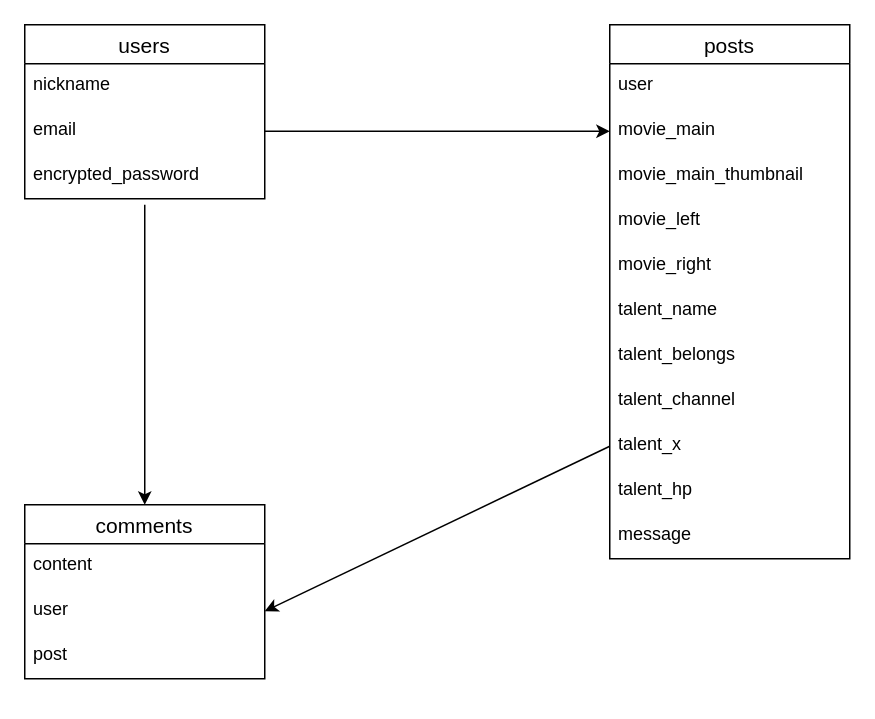
Above: page "ページ1" (1 of 2) of vlinker.dio in ryotaro960/vlinker (draw.io), before the change. Source tidied: cells renumbered, new cells numbered last; positions are measured from the earlier drawing's top-left corner, leaving out a move shared by most shapes. Both pictures are drawn from the tidied source at 150%, with x=0, y=0 at pixel (24, 24).
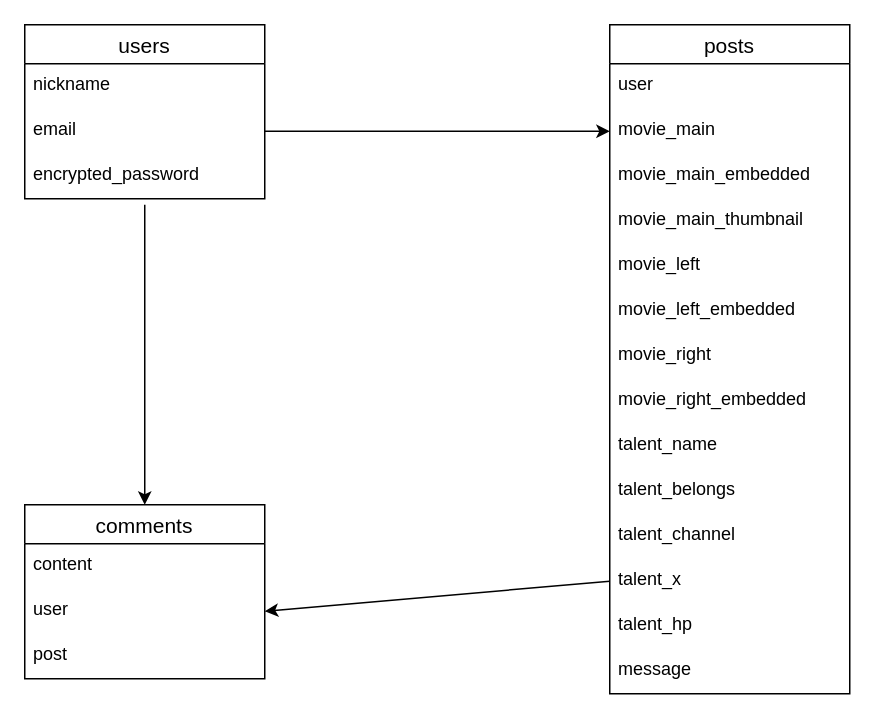
After the change.

Diff of the diagram source:
```diff
@@
     <mxCell id="6" value="posts" style="swimlane;fontStyle=0;horizontal=1;startSize=26;align=center;fontSize=14;" parent="1" vertex="1">
-      <mxGeometry x="390" width="160" height="356" as="geometry" />
+      <mxGeometry x="390" width="160" height="446" as="geometry" />
     </mxCell>
@@
+    <mxCell id="25" value="movie_main_embedded" style="text;strokeColor=none;fillColor=none;spacingLeft=4;spacingRight=4;overflow=hidden;fontSize=12;" parent="6" vertex="1">
+      <mxGeometry y="86" width="160" height="30" as="geometry" />
+    </mxCell>
     <mxCell id="9" value="movie_main_thumbnail" style="text;strokeColor=none;fillColor=none;spacingLeft=4;spacingRight=4;overflow=hidden;fontSize=12;" parent="6" vertex="1">
-      <mxGeometry y="86" width="160" height="30" as="geometry" />
+      <mxGeometry y="116" width="160" height="30" as="geometry" />
     </mxCell>
     <mxCell id="10" value="movie_left" style="text;strokeColor=none;fillColor=none;spacingLeft=4;spacingRight=4;overflow=hidden;fontSize=12;" parent="6" vertex="1">
-      <mxGeometry y="116" width="160" height="30" as="geometry" />
+      <mxGeometry y="146" width="160" height="30" as="geometry" />
     </mxCell>
+    <mxCell id="26" value="movie_left_embedded" style="text;strokeColor=none;fillColor=none;spacingLeft=4;spacingRight=4;overflow=hidden;fontSize=12;" parent="6" vertex="1">
+      <mxGeometry y="176" width="160" height="30" as="geometry" />
+    </mxCell>
     <mxCell id="11" value="movie_right" style="text;strokeColor=none;fillColor=none;spacingLeft=4;spacingRight=4;overflow=hidden;fontSize=12;" parent="6" vertex="1">
-      <mxGeometry y="146" width="160" height="30" as="geometry" />
+      <mxGeometry y="206" width="160" height="30" as="geometry" />
     </mxCell>
+    <mxCell id="27" value="movie_right_embedded" style="text;strokeColor=none;fillColor=none;spacingLeft=4;spacingRight=4;overflow=hidden;fontSize=12;" parent="6" vertex="1">
+      <mxGeometry y="236" width="160" height="30" as="geometry" />
+    </mxCell>
     <mxCell id="12" value="talent_name" style="text;strokeColor=none;fillColor=none;spacingLeft=4;spacingRight=4;overflow=hidden;fontSize=12;" parent="6" vertex="1">
-      <mxGeometry y="176" width="160" height="30" as="geometry" />
+      <mxGeometry y="266" width="160" height="30" as="geometry" />
     </mxCell>
     <mxCell id="13" value="talent_belongs" style="text;strokeColor=none;fillColor=none;spacingLeft=4;spacingRight=4;overflow=hidden;fontSize=12;" parent="6" vertex="1">
-      <mxGeometry y="206" width="160" height="30" as="geometry" />
+      <mxGeometry y="296" width="160" height="30" as="geometry" />
     </mxCell>
     <mxCell id="14" value="talent_channel" style="text;strokeColor=none;fillColor=none;spacingLeft=4;spacingRight=4;overflow=hidden;fontSize=12;" parent="6" vertex="1">
-      <mxGeometry y="236" width="160" height="30" as="geometry" />
+      <mxGeometry y="326" width="160" height="30" as="geometry" />
     </mxCell>
     <mxCell id="15" value="talent_x" style="text;strokeColor=none;fillColor=none;spacingLeft=4;spacingRight=4;overflow=hidden;points=[[0,0.5],[1,0.5]];portConstraint=eastwest;fontSize=12;" parent="6" vertex="1">
-      <mxGeometry y="266" width="160" height="30" as="geometry" />
+      <mxGeometry y="356" width="160" height="30" as="geometry" />
     </mxCell>
     <mxCell id="16" value="talent_hp" style="text;strokeColor=none;fillColor=none;spacingLeft=4;spacingRight=4;overflow=hidden;fontSize=12;" parent="6" vertex="1">
-      <mxGeometry y="296" width="160" height="30" as="geometry" />
+      <mxGeometry y="386" width="160" height="30" as="geometry" />
     </mxCell>
     <mxCell id="17" value="message" style="text;strokeColor=none;fillColor=none;spacingLeft=4;spacingRight=4;overflow=hidden;fontSize=12;" parent="6" vertex="1">
-      <mxGeometry y="326" width="160" height="30" as="geometry" />
+      <mxGeometry y="416" width="160" height="30" as="geometry" />
     </mxCell>
```
